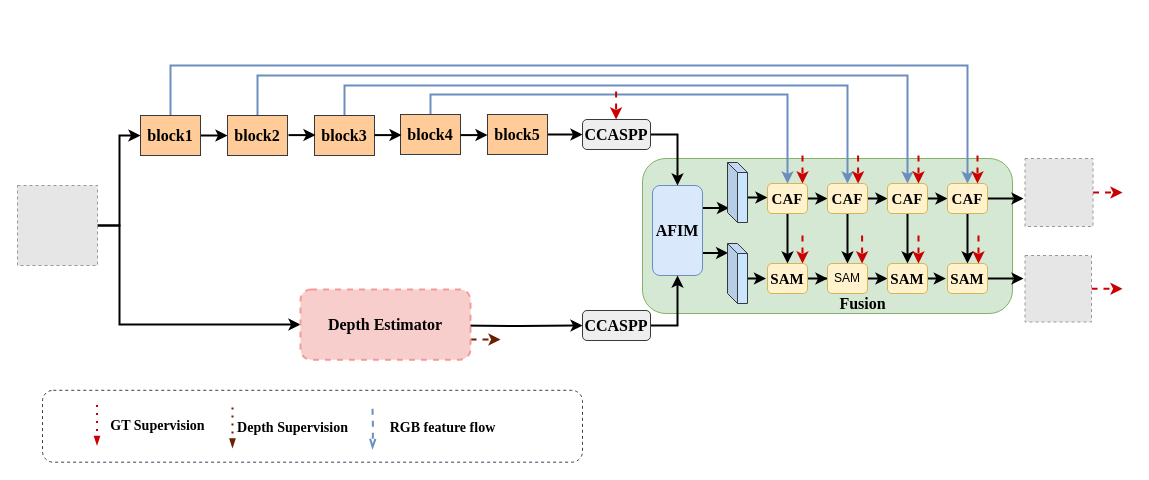
Before: uta.drawio in Hymhh/hymhh, a draw.io diagram. Source tidied: cells renumbered, new cells numbered last; positions are measured from the earlier drawing's top-left corner, leaving out a move shared by most shapes. Both pictures are drawn from the tidied source at 100%, with x=0, y=0 at pixel (17, 65). Pictures stored in the file or linked from it are replaced by grey dashed boxes.
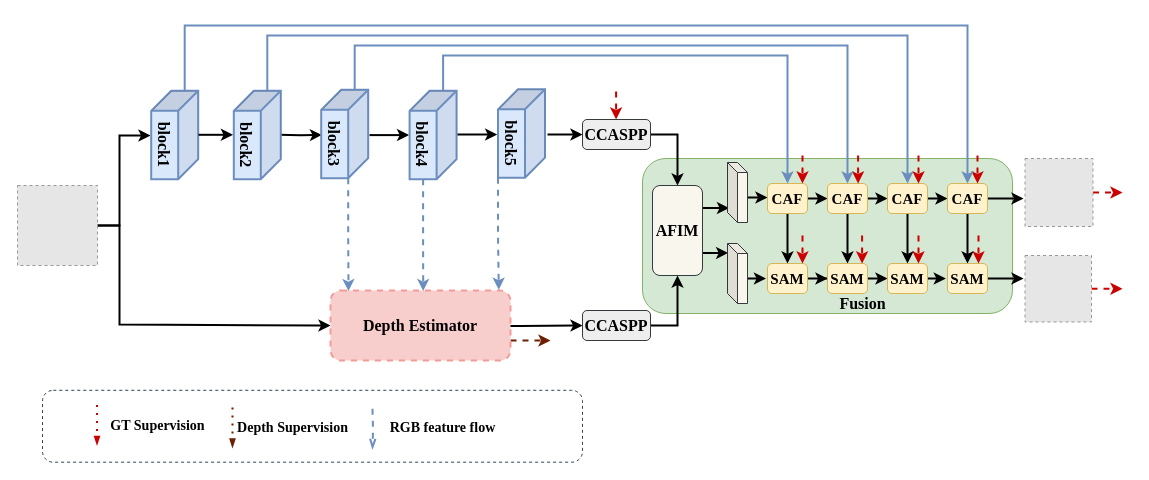
The same page after the edit.

The change refers to these unchanged cells:
```xml
<mxCell id="19" value="&lt;b&gt;&lt;font face=&quot;Times New Roman&quot; style=&quot;font-size: 15px&quot;&gt;CAF&lt;/font&gt;&lt;/b&gt;" style="rounded=1;whiteSpace=wrap;html=1;fillColor=#fff2cc;strokeColor=#d6b656;" parent="1" vertex="1">
  <mxGeometry x="750" y="118" width="40" height="30" as="geometry" />
</mxCell>
<mxCell id="22" value="&lt;span&gt;&lt;font style=&quot;font-size: 15px&quot; face=&quot;Times New Roman&quot;&gt;&lt;b&gt;CAF&lt;/b&gt;&lt;/font&gt;&lt;/span&gt;" style="rounded=1;whiteSpace=wrap;html=1;fillColor=#fff2cc;strokeColor=#d6b656;" parent="1" vertex="1">
  <mxGeometry x="810" y="118" width="40" height="30" as="geometry" />
</mxCell>
<mxCell id="25" value="&lt;font style=&quot;font-size: 15px&quot; face=&quot;Times New Roman&quot;&gt;&lt;b&gt;CAF&lt;/b&gt;&lt;/font&gt;" style="rounded=1;whiteSpace=wrap;html=1;fillColor=#fff2cc;strokeColor=#d6b656;" parent="1" vertex="1">
  <mxGeometry x="870" y="118" width="40" height="30" as="geometry" />
</mxCell>
<mxCell id="28" value="&lt;span&gt;&lt;b&gt;&lt;font face=&quot;Times New Roman&quot; style=&quot;font-size: 15px&quot;&gt;CAF&lt;/font&gt;&lt;/b&gt;&lt;/span&gt;" style="rounded=1;whiteSpace=wrap;html=1;fillColor=#fff2cc;strokeColor=#d6b656;" parent="1" vertex="1">
  <mxGeometry x="930" y="118" width="40" height="30" as="geometry" />
</mxCell>
<mxCell id="38" value="&lt;font face=&quot;Times New Roman&quot; style=&quot;font-size: 16px&quot;&gt;&lt;b&gt;CCASPP&lt;/b&gt;&lt;/font&gt;" style="rounded=1;whiteSpace=wrap;html=1;fillColor=#eeeeee;strokeColor=#36393d;" parent="1" vertex="1">
  <mxGeometry x="565" y="54" width="68" height="30" as="geometry" />
</mxCell>
<mxCell id="42" style="fillColor=#E6E6E6;strokeColor=#999999;dashed=1;verticalLabelPosition=bottom;labelBackgroundColor=#ffffff;verticalAlign=top;" parent="1" vertex="1">
  <mxGeometry y="120" width="80" height="80" as="geometry" />
</mxCell>
```

Diff of the diagram source:
```diff
@@
-    <mxCell id="3" style="edgeStyle=orthogonalEdgeStyle;rounded=0;jettySize=auto;html=1;exitX=0.5;exitY=0;exitDx=0;exitDy=0;entryX=0.5;entryY=0;entryDx=0;entryDy=0;strokeColor=#6C8EBF;strokeWidth=2;" parent="1" edge="1" source="5" target="28">
-      <mxGeometry relative="1" as="geometry">
-        <Array as="points">
-          <mxPoint x="155" />
-          <mxPoint x="865" />
-        </Array>
-      </mxGeometry>
-    </mxCell>
-    <mxCell id="4" style="edgeStyle=orthogonalEdgeStyle;rounded=0;jettySize=auto;html=1;exitX=1;exitY=0.5;exitDx=0;exitDy=0;entryX=0;entryY=0.5;entryDx=0;entryDy=0;strokeColor=#000000;strokeWidth=2;" parent="1" edge="1" source="5" target="65">
-      <mxGeometry relative="1" as="geometry" />
-    </mxCell>
-    <mxCell id="5" value="&lt;font style=&quot;font-size: 16px&quot; face=&quot;Times New Roman&quot;&gt;&lt;b&gt;block1&lt;/b&gt;&lt;/font&gt;" style="rounded=0;whiteSpace=wrap;html=1;fillColor=#ffcc99;strokeColor=#36393d;" parent="1" vertex="1">
-      <mxGeometry x="123" y="50" width="60" height="40" as="geometry" />
-    </mxCell>
-    <mxCell id="6" style="edgeStyle=orthogonalEdgeStyle;rounded=0;jettySize=auto;html=1;exitX=0.5;exitY=0;exitDx=0;exitDy=0;strokeColor=#6C8EBF;strokeWidth=2;" parent="1" edge="1" source="65" target="25">
-      <mxGeometry relative="1" as="geometry">
-        <Array as="points">
-          <mxPoint x="240" y="10" />
-          <mxPoint x="890" y="10" />
-        </Array>
-      </mxGeometry>
-    </mxCell>
-    <mxCell id="7" style="edgeStyle=orthogonalEdgeStyle;rounded=0;jettySize=auto;html=1;exitX=0.5;exitY=0;exitDx=0;exitDy=0;entryX=0.5;entryY=0;entryDx=0;entryDy=0;strokeColor=#6C8EBF;strokeWidth=2;" parent="1" edge="1" source="66" target="22">
-      <mxGeometry relative="1" as="geometry">
-        <Array as="points">
-          <mxPoint x="327" y="20" />
-          <mxPoint x="830" y="20" />
-        </Array>
-      </mxGeometry>
-    </mxCell>
@@
     <mxCell id="9" style="edgeStyle=orthogonalEdgeStyle;rounded=0;orthogonalLoop=1;jettySize=auto;html=1;exitX=1;exitY=0.75;exitDx=0;exitDy=0;dashed=1;strokeColor=#6D1F00;strokeWidth=2;" parent="1" edge="1">
       <mxGeometry relative="1" as="geometry">
-        <mxPoint x="453" y="274" as="sourcePoint" />
-        <mxPoint x="483" y="274" as="targetPoint" />
+        <mxPoint x="493" y="275" as="sourcePoint" />
+        <mxPoint x="533" y="275" as="targetPoint" />
+        <Array as="points">
+          <mxPoint x="513" y="275" />
+          <mxPoint x="513" y="275" />
+        </Array>
       </mxGeometry>
     </mxCell>
@@
-    <mxCell id="12" value="&lt;font face=&quot;Times New Roman&quot; size=&quot;1&quot;&gt;&lt;b style=&quot;font-size: 16px&quot;&gt;AFIM&lt;/b&gt;&lt;/font&gt;" style="rounded=1;whiteSpace=wrap;html=1;fillColor=#dae8fc;strokeColor=#6c8ebf;" parent="1" vertex="1">
+    <mxCell id="12" value="&lt;font face=&quot;Times New Roman&quot; size=&quot;1&quot;&gt;&lt;b style=&quot;font-size: 16px&quot;&gt;AFIM&lt;/b&gt;&lt;/font&gt;" style="rounded=1;whiteSpace=wrap;html=1;fillColor=#f9f7ed;strokeColor=#36393d;" parent="1" vertex="1">
       <mxGeometry x="635" y="120" width="50" height="90" as="geometry" />
     </mxCell>
@@
-    <mxCell id="14" style="shape=cube;whiteSpace=wrap;html=1;boundedLbl=1;backgroundOutline=1;darkOpacity=0.05;darkOpacity2=0.1;size=10;fillColor=#cce5ff;strokeColor=#36393d;" parent="1" vertex="1">
+    <mxCell id="14" style="shape=cube;whiteSpace=wrap;html=1;boundedLbl=1;backgroundOutline=1;darkOpacity=0.05;darkOpacity2=0.1;size=10;fillColor=#f9f7ed;strokeColor=#36393d;" parent="1" vertex="1">
       <mxGeometry x="710" y="97" width="20" height="60" as="geometry" />
     </mxCell>
@@
-    <mxCell id="16" style="shape=cube;whiteSpace=wrap;html=1;boundedLbl=1;backgroundOutline=1;darkOpacity=0.05;darkOpacity2=0.1;size=10;fillColor=#cce5ff;strokeColor=#36393d;" parent="1" vertex="1">
+    <mxCell id="16" style="shape=cube;whiteSpace=wrap;html=1;boundedLbl=1;backgroundOutline=1;darkOpacity=0.05;darkOpacity2=0.1;size=10;fillColor=#f9f7ed;strokeColor=#36393d;" parent="1" vertex="1">
       <mxGeometry x="710" y="178" width="20" height="60" as="geometry" />
     </mxCell>
@@
-    <mxCell id="32" value="&lt;span&gt;SAM&lt;/span&gt;" style="rounded=1;whiteSpace=wrap;html=1;fillColor=#fff2cc;strokeColor=#d6b656;" parent="1" vertex="1">
+    <mxCell id="32" value="&lt;span&gt;&lt;b&gt;&lt;font face=&quot;Times New Roman&quot; style=&quot;font-size: 15px&quot;&gt;SAM&lt;/font&gt;&lt;/b&gt;&lt;/span&gt;" style="rounded=1;whiteSpace=wrap;html=1;fillColor=#fff2cc;strokeColor=#d6b656;" parent="1" vertex="1">
       <mxGeometry x="810" y="198" width="40" height="30" as="geometry" />
     </mxCell>
@@
-    <mxCell id="41" style="edgeStyle=orthogonalEdgeStyle;rounded=0;jettySize=auto;html=1;exitX=1;exitY=0.5;exitDx=0;exitDy=0;entryX=0;entryY=0.5;entryDx=0;entryDy=0;strokeColor=#000000;strokeWidth=2;" parent="1" edge="1" source="42" target="5">
+    <mxCell id="41" style="edgeStyle=orthogonalEdgeStyle;rounded=0;jettySize=auto;html=1;exitX=1;exitY=0.5;exitDx=0;exitDy=0;strokeColor=#000000;strokeWidth=2;" parent="1" edge="1" source="42">
       <mxGeometry relative="1" as="geometry">
+        <mxPoint x="133" y="70" as="targetPoint" />
         <Array as="points">
           <mxPoint x="102" y="160" />
           <mxPoint x="102" y="70" />
         </Array>
       </mxGeometry>
     </mxCell>
@@
     <mxCell id="64" value="&lt;font style=&quot;font-size: 16px&quot; face=&quot;Times New Roman&quot;&gt;&lt;b&gt;Depth Estimator&lt;/b&gt;&lt;/font&gt;" style="rounded=1;whiteSpace=wrap;html=1;fillColor=#f8cecc;strokeColor=#F19C99;strokeWidth=2;dashed=1;" parent="1" vertex="1">
-      <mxGeometry x="283" y="224" width="170" height="70.2" as="geometry" />
+      <mxGeometry x="313" y="224.9" width="180" height="70.2" as="geometry" />
     </mxCell>
-    <mxCell id="65" value="&lt;b&gt;&lt;font face=&quot;Times New Roman&quot; style=&quot;font-size: 16px&quot;&gt;block2&lt;/font&gt;&lt;/b&gt;" style="rounded=0;whiteSpace=wrap;html=1;fillColor=#ffcc99;strokeColor=#36393d;" parent="1" vertex="1">
-      <mxGeometry x="210" y="50" width="60" height="40" as="geometry" />
-    </mxCell>
-    <mxCell id="66" value="&lt;b&gt;&lt;font face=&quot;Times New Roman&quot; style=&quot;font-size: 16px&quot;&gt;block3&lt;/font&gt;&lt;/b&gt;" style="rounded=0;whiteSpace=wrap;html=1;fillColor=#ffcc99;strokeColor=#36393d;" parent="1" vertex="1">
-      <mxGeometry x="297" y="50" width="60" height="40" as="geometry" />
-    </mxCell>
-    <mxCell id="67" style="edgeStyle=orthogonalEdgeStyle;rounded=0;jettySize=auto;html=1;exitX=0.5;exitY=0;exitDx=0;exitDy=0;entryX=0.5;entryY=0;entryDx=0;entryDy=0;strokeColor=#6C8EBF;strokeWidth=2;" parent="1" edge="1" source="68" target="19">
-      <mxGeometry relative="1" as="geometry" />
-    </mxCell>
-    <mxCell id="68" value="&lt;b&gt;&lt;font face=&quot;Times New Roman&quot; style=&quot;font-size: 16px&quot;&gt;block4&lt;/font&gt;&lt;/b&gt;" style="rounded=0;whiteSpace=wrap;html=1;fillColor=#ffcc99;strokeColor=#36393d;" parent="1" vertex="1">
-      <mxGeometry x="383" y="49" width="60" height="40" as="geometry" />
-    </mxCell>
-    <mxCell id="69" style="edgeStyle=orthogonalEdgeStyle;rounded=0;jettySize=auto;html=1;exitX=1;exitY=0.5;exitDx=0;exitDy=0;entryX=0;entryY=0.5;entryDx=0;entryDy=0;strokeColor=#000000;strokeWidth=2;" parent="1" edge="1" source="70" target="38">
-      <mxGeometry relative="1" as="geometry" />
+    <mxCell id="69" style="edgeStyle=orthogonalEdgeStyle;rounded=0;jettySize=auto;html=1;exitX=1;exitY=0.5;exitDx=0;exitDy=0;entryX=0;entryY=0.5;entryDx=0;entryDy=0;strokeColor=#000000;strokeWidth=2;" parent="1" edge="1" target="38">
+      <mxGeometry relative="1" as="geometry">
+        <mxPoint x="530" y="69" as="sourcePoint" />
+      </mxGeometry>
     </mxCell>
-    <mxCell id="70" value="&lt;b&gt;&lt;font face=&quot;Times New Roman&quot; style=&quot;font-size: 16px&quot;&gt;block5&lt;/font&gt;&lt;/b&gt;" style="rounded=0;whiteSpace=wrap;html=1;fillColor=#ffcc99;strokeColor=#36393d;" parent="1" vertex="1">
-      <mxGeometry x="470" y="49" width="60" height="40" as="geometry" />
-    </mxCell>
-    <mxCell id="71" style="edgeStyle=orthogonalEdgeStyle;rounded=0;orthogonalLoop=1;jettySize=auto;html=1;exitX=1;exitY=0.5;exitDx=0;exitDy=0;entryX=0;entryY=0.5;entryDx=0;entryDy=0;strokeColor=#000000;strokeWidth=2;" parent="1" edge="1">
+    <mxCell id="71" style="edgeStyle=orthogonalEdgeStyle;rounded=0;jettySize=auto;html=1;exitX=1;exitY=0.5;exitDx=0;exitDy=0;entryX=0.51;entryY=0.983;entryDx=0;entryDy=0;strokeColor=#000000;strokeWidth=2;entryPerimeter=0;" parent="1" edge="1" target="66">
       <mxGeometry relative="1" as="geometry">
-        <mxPoint x="271" y="69.6" as="sourcePoint" />
-        <mxPoint x="298" y="69.6" as="targetPoint" />
+        <mxPoint x="261.5" y="69.3" as="sourcePoint" />
       </mxGeometry>
     </mxCell>
-    <mxCell id="72" style="edgeStyle=orthogonalEdgeStyle;rounded=0;orthogonalLoop=1;jettySize=auto;html=1;exitX=1;exitY=0.5;exitDx=0;exitDy=0;entryX=0;entryY=0.5;entryDx=0;entryDy=0;strokeColor=#000000;strokeWidth=2;" parent="1" edge="1">
+    <mxCell id="72" style="edgeStyle=orthogonalEdgeStyle;rounded=0;jettySize=auto;html=1;exitX=1;exitY=0.5;exitDx=0;exitDy=0;entryX=0.509;entryY=1.01;entryDx=0;entryDy=0;strokeColor=#000000;strokeWidth=2;entryPerimeter=0;" parent="1" edge="1" target="68">
       <mxGeometry relative="1" as="geometry">
-        <mxPoint x="357" y="69.6" as="sourcePoint" />
-        <mxPoint x="384" y="69.6" as="targetPoint" />
+        <mxPoint x="352" y="69.6" as="sourcePoint" />
       </mxGeometry>
     </mxCell>
-    <mxCell id="73" style="edgeStyle=orthogonalEdgeStyle;rounded=0;orthogonalLoop=1;jettySize=auto;html=1;exitX=1;exitY=0.5;exitDx=0;exitDy=0;entryX=0;entryY=0.5;entryDx=0;entryDy=0;strokeColor=#000000;strokeWidth=2;" parent="1" edge="1">
-      <mxGeometry relative="1" as="geometry">
-        <mxPoint x="443" y="69.6" as="sourcePoint" />
-        <mxPoint x="470" y="69.6" as="targetPoint" />
-      </mxGeometry>
-    </mxCell>
@@
+    <mxCell id="3" style="edgeStyle=orthogonalEdgeStyle;rounded=0;jettySize=auto;html=1;exitX=0;exitY=0;exitDx=0;exitDy=13.5;exitPerimeter=0;entryX=0.5;entryY=0;entryDx=0;entryDy=0;fontFamily=Times New Roman;fontSize=16;strokeColor=#6C8EBF;strokeWidth=2;" parent="1" edge="1" source="5" target="28">
+      <mxGeometry relative="1" as="geometry">
+        <Array as="points">
+          <mxPoint x="167" y="-40" />
+          <mxPoint x="950" y="-40" />
+        </Array>
+      </mxGeometry>
+    </mxCell>
+    <mxCell id="5" value="&lt;font face=&quot;Times New Roman&quot; size=&quot;1&quot;&gt;&lt;b style=&quot;font-size: 16px&quot;&gt;block1&lt;br&gt;&lt;/b&gt;&lt;/font&gt;" style="shape=cube;whiteSpace=wrap;html=1;boundedLbl=1;backgroundOutline=1;darkOpacity=0.05;darkOpacity2=0.1;direction=east;fillColor=#dae8fc;strokeWidth=2;strokeColor=#6c8ebf;rotation=90;" parent="1" vertex="1">
+      <mxGeometry x="113" y="46" width="88.4" height="47" as="geometry" />
+    </mxCell>
+    <mxCell id="6" style="edgeStyle=orthogonalEdgeStyle;rounded=0;jettySize=auto;html=1;exitX=0;exitY=0;exitDx=0;exitDy=13.5;exitPerimeter=0;entryX=0.5;entryY=0;entryDx=0;entryDy=0;fontFamily=Times New Roman;fontSize=16;strokeColor=#6C8EBF;strokeWidth=2;" parent="1" edge="1" source="65" target="25">
+      <mxGeometry relative="1" as="geometry">
+        <Array as="points">
+          <mxPoint x="250" y="-30" />
+          <mxPoint x="890" y="-30" />
+        </Array>
+      </mxGeometry>
+    </mxCell>
+    <mxCell id="65" value="&lt;font face=&quot;Times New Roman&quot; size=&quot;1&quot;&gt;&lt;b style=&quot;font-size: 16px&quot;&gt;block2&lt;br&gt;&lt;/b&gt;&lt;/font&gt;" style="shape=cube;whiteSpace=wrap;html=1;boundedLbl=1;backgroundOutline=1;darkOpacity=0.05;darkOpacity2=0.1;direction=east;fillColor=#dae8fc;strokeWidth=2;strokeColor=#6c8ebf;rotation=90;" parent="1" vertex="1">
+      <mxGeometry x="195.6" y="46" width="88.4" height="47" as="geometry" />
+    </mxCell>
+    <mxCell id="67" style="edgeStyle=orthogonalEdgeStyle;rounded=0;jettySize=auto;html=1;exitX=0;exitY=0;exitDx=0;exitDy=13.5;exitPerimeter=0;entryX=0.5;entryY=0;entryDx=0;entryDy=0;fontFamily=Times New Roman;fontSize=16;strokeColor=#6C8EBF;strokeWidth=2;" parent="1" edge="1" source="68" target="19">
+      <mxGeometry relative="1" as="geometry">
+        <Array as="points">
+          <mxPoint x="426" y="-10" />
+          <mxPoint x="770" y="-10" />
+        </Array>
+      </mxGeometry>
+    </mxCell>
+    <mxCell id="75" style="edgeStyle=orthogonalEdgeStyle;rounded=0;jettySize=auto;html=1;exitX=0;exitY=0;exitDx=88.42;exitDy=33.5;exitPerimeter=0;fontFamily=Times New Roman;fontSize=15;strokeColor=#6C8EBF;strokeWidth=2;dashed=1;entryX=0.515;entryY=0.009;entryDx=0;entryDy=0;entryPerimeter=0;" parent="1" edge="1" source="68" target="64">
+      <mxGeometry relative="1" as="geometry" />
+    </mxCell>
+    <mxCell id="68" value="&lt;font face=&quot;Times New Roman&quot; size=&quot;1&quot;&gt;&lt;b style=&quot;font-size: 16px&quot;&gt;block4&lt;br&gt;&lt;/b&gt;&lt;/font&gt;" style="shape=cube;whiteSpace=wrap;html=1;boundedLbl=1;backgroundOutline=1;darkOpacity=0.05;darkOpacity2=0.1;direction=east;fillColor=#dae8fc;strokeWidth=2;strokeColor=#6c8ebf;rotation=90;" parent="1" vertex="1">
+      <mxGeometry x="371.4" y="46" width="88.4" height="47" as="geometry" />
+    </mxCell>
+    <mxCell id="7" style="edgeStyle=orthogonalEdgeStyle;rounded=0;jettySize=auto;html=1;exitX=0;exitY=0;exitDx=0;exitDy=13.5;exitPerimeter=0;entryX=0.5;entryY=0;entryDx=0;entryDy=0;fontFamily=Times New Roman;fontSize=16;strokeColor=#6C8EBF;strokeWidth=2;" parent="1" edge="1" source="66" target="22">
+      <mxGeometry relative="1" as="geometry">
+        <Array as="points">
+          <mxPoint x="337" y="-20" />
+          <mxPoint x="830" y="-20" />
+        </Array>
+      </mxGeometry>
+    </mxCell>
+    <mxCell id="76" style="edgeStyle=orthogonalEdgeStyle;rounded=0;jettySize=auto;html=1;exitX=0;exitY=0;exitDx=88.42;exitDy=20;exitPerimeter=0;fontFamily=Times New Roman;fontSize=15;strokeColor=#6C8EBF;strokeWidth=2;entryX=0.1;entryY=0.01;entryDx=0;entryDy=0;entryPerimeter=0;dashed=1;" parent="1" edge="1" source="66" target="64">
+      <mxGeometry relative="1" as="geometry" />
+    </mxCell>
+    <mxCell id="66" value="&lt;font face=&quot;Times New Roman&quot; size=&quot;1&quot;&gt;&lt;b style=&quot;font-size: 16px&quot;&gt;block3&lt;br&gt;&lt;/b&gt;&lt;/font&gt;" style="shape=cube;whiteSpace=wrap;html=1;boundedLbl=1;backgroundOutline=1;darkOpacity=0.05;darkOpacity2=0.1;direction=east;fillColor=#dae8fc;strokeWidth=2;strokeColor=#6c8ebf;rotation=90;" parent="1" vertex="1">
+      <mxGeometry x="283" y="45" width="88.4" height="47" as="geometry" />
+    </mxCell>
+    <mxCell id="77" style="edgeStyle=orthogonalEdgeStyle;rounded=0;jettySize=auto;html=1;exitX=1;exitY=1;exitDx=0;exitDy=0;exitPerimeter=0;fontFamily=Times New Roman;fontSize=15;strokeColor=#6C8EBF;strokeWidth=2;dashed=1;entryX=0.935;entryY=-0.01;entryDx=0;entryDy=0;entryPerimeter=0;" parent="1" edge="1" source="70" target="64">
+      <mxGeometry relative="1" as="geometry" />
+    </mxCell>
+    <mxCell id="70" value="&lt;font face=&quot;Times New Roman&quot; size=&quot;1&quot;&gt;&lt;b style=&quot;font-size: 16px&quot;&gt;block5&lt;br&gt;&lt;/b&gt;&lt;/font&gt;" style="shape=cube;whiteSpace=wrap;html=1;boundedLbl=1;backgroundOutline=1;darkOpacity=0.05;darkOpacity2=0.1;direction=east;fillColor=#dae8fc;strokeWidth=2;strokeColor=#6c8ebf;rotation=90;" parent="1" vertex="1">
+      <mxGeometry x="459.8" y="44.5" width="88.4" height="47" as="geometry" />
+    </mxCell>
+    <mxCell id="78" style="edgeStyle=orthogonalEdgeStyle;rounded=0;jettySize=auto;html=1;exitX=1;exitY=0.5;exitDx=0;exitDy=0;entryX=0.488;entryY=1.017;entryDx=0;entryDy=0;strokeColor=#000000;strokeWidth=2;entryPerimeter=0;" parent="1" edge="1" target="65">
+      <mxGeometry relative="1" as="geometry">
+        <mxPoint x="181" y="69.3" as="sourcePoint" />
+      </mxGeometry>
+    </mxCell>
+    <mxCell id="79" style="edgeStyle=orthogonalEdgeStyle;rounded=0;orthogonalLoop=1;jettySize=auto;html=1;exitX=1;exitY=0.5;exitDx=0;exitDy=0;entryX=0.509;entryY=1.01;entryDx=0;entryDy=0;strokeColor=#000000;strokeWidth=2;entryPerimeter=0;" parent="1" edge="1">
+      <mxGeometry relative="1" as="geometry">
+        <mxPoint x="440" y="69" as="sourcePoint" />
+        <mxPoint x="479.7" y="69.7" as="targetPoint" />
+      </mxGeometry>
+    </mxCell>
```
